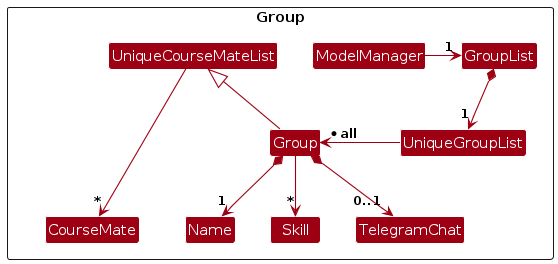
Earlier version of the PlantUML export diagrams/GroupClassDiagram.png (AY2324S2-CS2103T-F13-3/tp). Its source is kept beside it as diagrams/GroupClassDiagram.puml. Source of this version:
```plantuml
@startuml
!include style.puml
skinparam arrowThickness 1.1
skinparam arrowColor MODEL_COLOR
skinparam classBackgroundColor MODEL_COLOR

Package Group as GroupPackage <<Rectangle>>{
Class Group
Class UniqueCourseMateList
Class CourseMate
Class Name
Class Skill
Class TelegramChat

Class ModelManager
Class GroupList
Class UniqueGroupList

Class I #FFFFFF
}

ModelManager -right-> "1" GroupList
GroupList *--> "1" UniqueGroupList
UniqueGroupList -right-> "* all" Group

UniqueCourseMateList --> "~*" CourseMate

Group --up|> UniqueCourseMateList
Group *--> "1" Name
Group --> "~*" Skill
Group *--> "0..1" TelegramChat

CourseMate -[hidden]up--> I
UniqueCourseMateList -[hidden]right-> I


@enduml
```
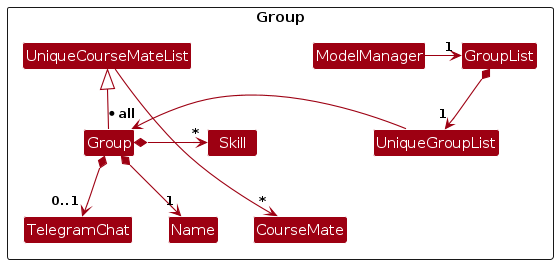
The same diagram one commit later.

The edit, as a diff of the source:
```diff
@@ -27,7 +27,7 @@
 
 Group --up|> UniqueCourseMateList
 Group *--> "1" Name
-Group --> "~*" Skill
+Group *-> "~*" Skill
 Group *--> "0..1" TelegramChat
 
 CourseMate -[hidden]up--> I
```
